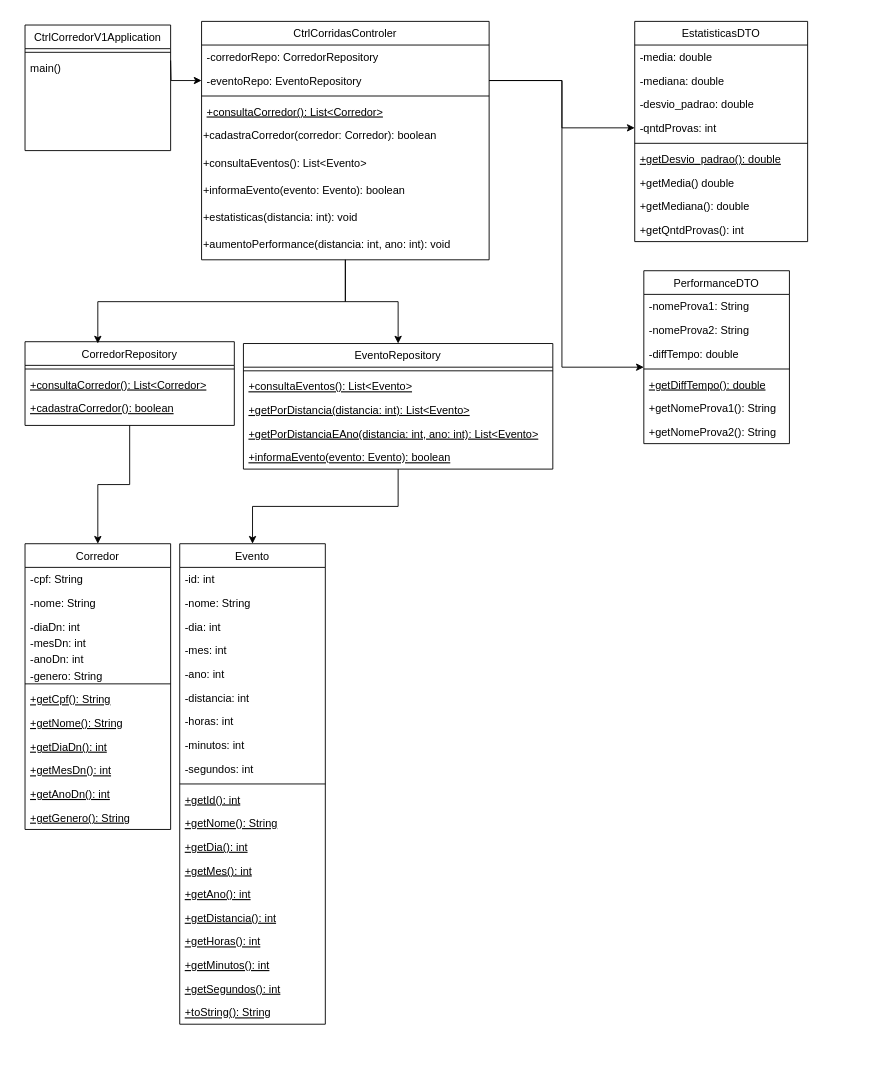
Earlier version of the draw.io diagram Untitled Diagram.drawio (LucasGCardoso/ControleCorridas). Source tidied: cells renumbered, new cells numbered last; positions are measured from the earlier drawing's top-left corner, leaving out a move shared by most shapes. Both pictures are drawn from the tidied source at 91%, with x=0, y=0 at pixel (25, 21).
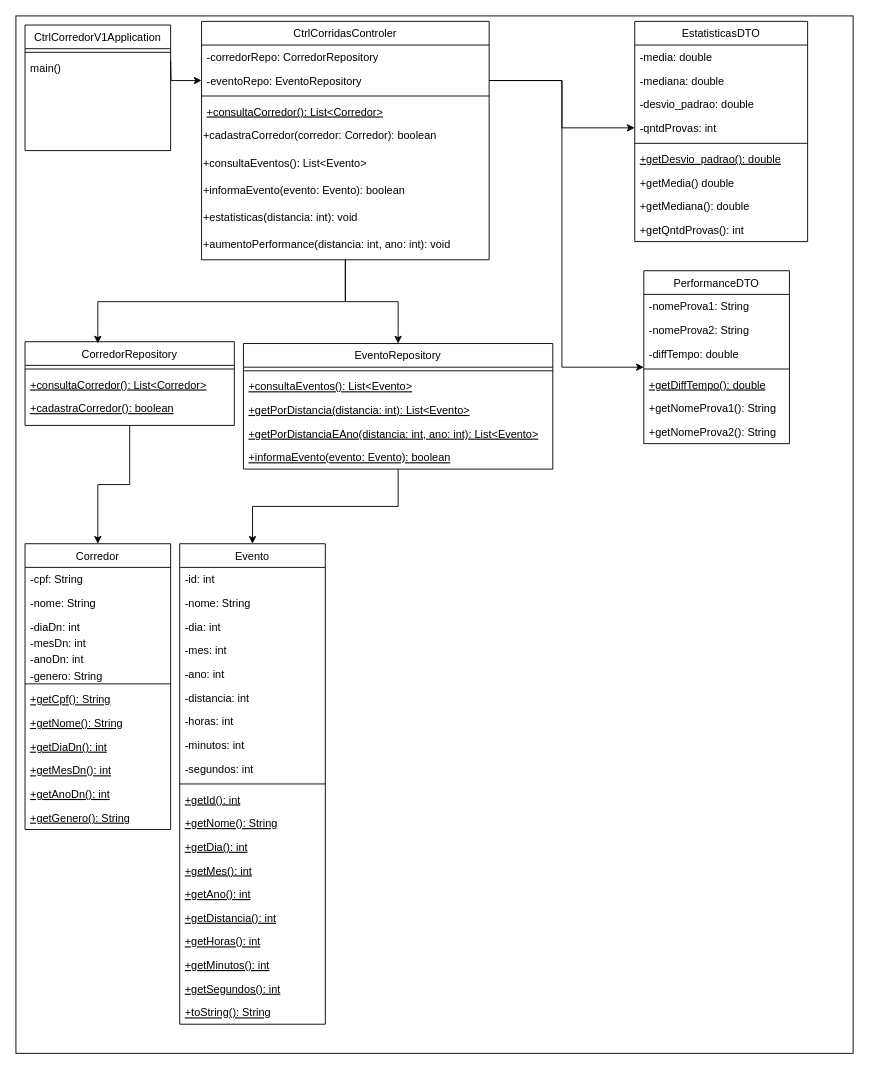
Above is the later version.

Diff of the diagram source:
```diff
@@
+    <mxCell id="85" style="rounded=0;whiteSpace=wrap;html=1;" parent="1" vertex="1">
+      <mxGeometry x="-10" y="-6" width="920" height="1140" as="geometry" />
+    </mxCell>
```
